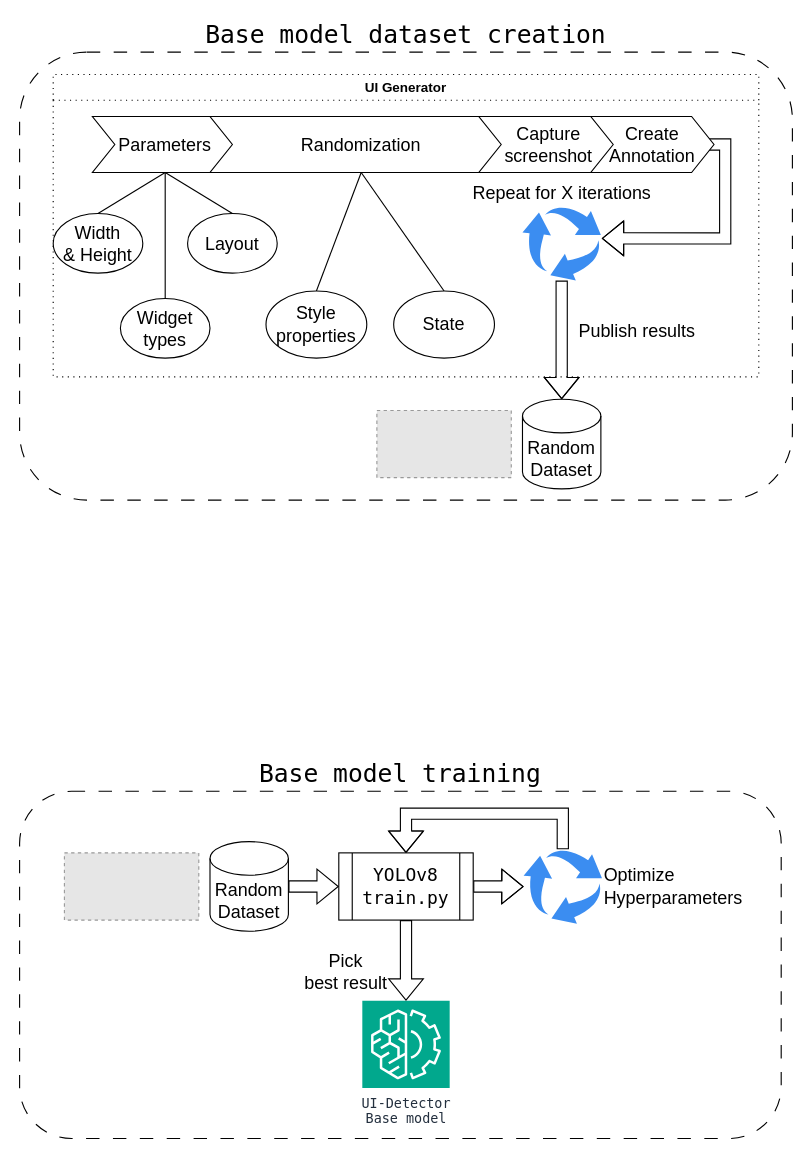
This is page "Base model" (2 of 5) of doc/Framework.drawio from HackXIt/lvgl-ui-detector, a draw.io file, before an edit. Source tidied: cells renumbered, new cells numbered last; positions are measured from the earlier drawing's top-left corner, leaving out a move shared by most shapes. Both pictures are drawn from the tidied source at 112%, with x=0, y=0 at pixel (19, 52). Pictures stored in the file or linked from it are replaced by grey dashed boxes.
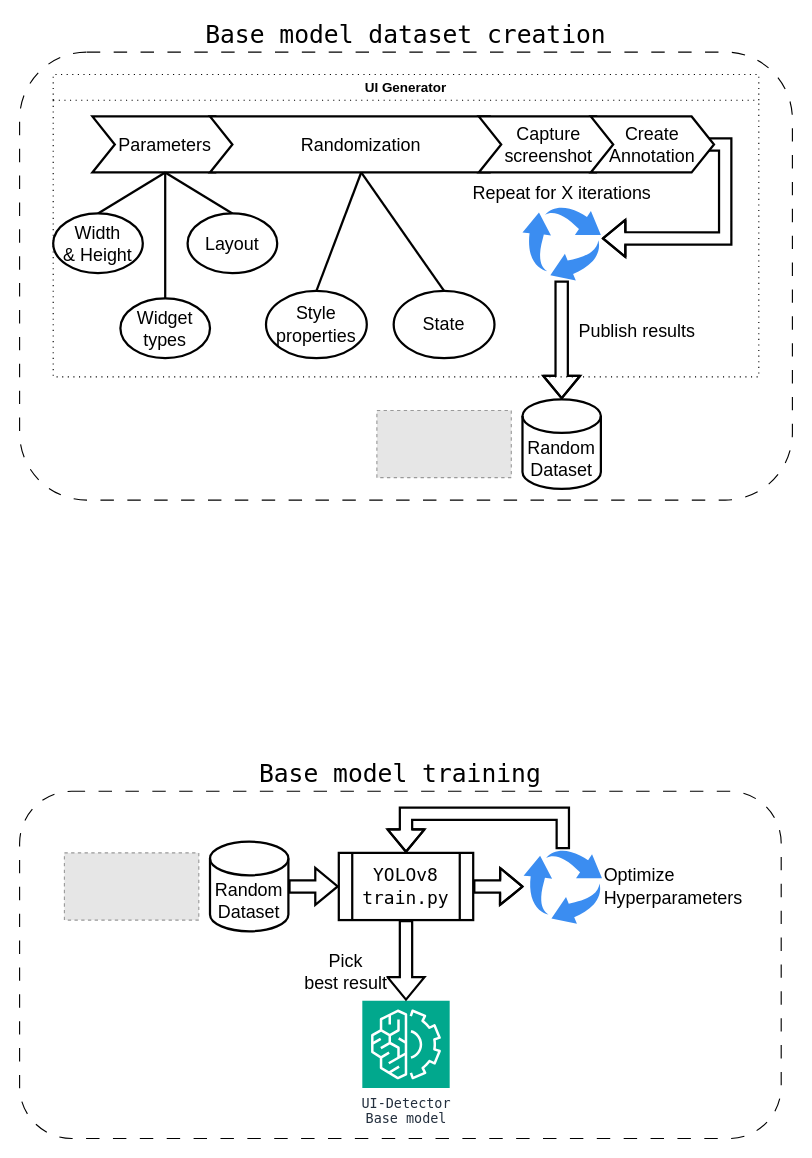
After the change.

Unchanged cells that the change refers to:
```xml
<mxCell id="4" style="group;" parent="1" vertex="1">
  <mxGeometry x="319" y="310" width="200" height="80" as="geometry" />
</mxCell>
<mxCell id="9" style="group;" parent="1" vertex="1">
  <mxGeometry x="40" y="705" width="200" height="80" as="geometry" />
</mxCell>
<mxCell id="12" value="UI-Detector&lt;br&gt;Base model" style="sketch=0;points=[[0,0,0],[0.25,0,0],[0.5,0,0],[0.75,0,0],[1,0,0],[0,1,0],[0.25,1,0],[0.5,1,0],[0.75,1,0],[1,1,0],[0,0.25,0],[0,0.5,0],[0,0.75,0],[1,0.25,0],[1,0.5,0],[1,0.75,0]];outlineConnect=0;fontColor=#232F3E;fillColor=#01A88D;strokeColor=#ffffff;dashed=0;verticalLabelPosition=bottom;verticalAlign=top;align=center;html=1;fontSize=12;fontStyle=0;shape=mxgraph.aws4.resourceIcon;resIcon=mxgraph.aws4.machine_learning;labelPosition=center;fontFamily=Lucida Console;" parent="1" vertex="1">
  <mxGeometry x="306" y="847" width="78" height="78" as="geometry" />
</mxCell>
<mxCell id="17" value="&lt;font style=&quot;font-size: 16px;&quot;&gt;Optimize&lt;br&gt;Hyperparameters&lt;/font&gt;" style="sketch=0;html=1;strokeColor=none;shadow=0;fillColor=#3B8DF1;verticalAlign=middle;labelPosition=right;verticalLabelPosition=middle;shape=mxgraph.gcp2.arrow_cycle;align=left;" parent="1" vertex="1">
  <mxGeometry x="450" y="711.8" width="70" height="66.5" as="geometry" />
</mxCell>
<mxCell id="20" value="UI Generator" style="swimlane;whiteSpace=wrap;html=1;strokeWidth=1;dashed=1;dashPattern=1 4;" parent="1" vertex="1">
  <mxGeometry x="30" y="20" width="630" height="270" as="geometry" />
</mxCell>
<mxCell id="34" value="&lt;font style=&quot;font-size: 16px;&quot;&gt;Repeat for X iterations&lt;/font&gt;" style="sketch=0;html=1;strokeColor=none;shadow=0;fillColor=#3B8DF1;verticalAlign=bottom;labelPosition=center;verticalLabelPosition=top;shape=mxgraph.gcp2.arrow_cycle;align=center;" parent="20" vertex="1">
  <mxGeometry x="419" y="117.5" width="70" height="66.5" as="geometry" />
</mxCell>
```

Diff of the diagram source:
```diff
@@
-    <mxCell id="6" value="Random&lt;br&gt;Dataset" style="shape=cylinder3;whiteSpace=wrap;html=1;boundedLbl=1;backgroundOutline=1;size=15;fontSize=16;" parent="4" vertex="1">
+    <mxCell id="6" value="Random&lt;br&gt;Dataset" style="shape=cylinder3;whiteSpace=wrap;html=1;boundedLbl=1;backgroundOutline=1;size=15;fontSize=16;strokeWidth=2;" parent="4" vertex="1">
       <mxGeometry x="130" width="70" height="80" as="geometry" />
     </mxCell>
-    <mxCell id="7" style="edgeStyle=orthogonalEdgeStyle;rounded=0;jettySize=auto;html=1;exitX=0.5;exitY=0;exitDx=0;exitDy=0;exitPerimeter=0;shape=flexArrow;startArrow=block;startFill=0;endArrow=none;endFill=0;fillColor=default;" parent="1" edge="1" source="6" target="34">
+    <mxCell id="7" style="edgeStyle=orthogonalEdgeStyle;rounded=0;jettySize=auto;html=1;exitX=0.5;exitY=0;exitDx=0;exitDy=0;exitPerimeter=0;shape=flexArrow;startArrow=block;startFill=0;endArrow=none;endFill=0;fillColor=default;strokeWidth=2;" parent="1" edge="1" source="6" target="34">
       <mxGeometry relative="1" as="geometry">
         <Array as="points">
           <mxPoint x="484" y="270" />
           <mxPoint x="484" y="270" />
         </Array>
       </mxGeometry>
     </mxCell>
@@
-    <mxCell id="11" value="Random&lt;br&gt;Dataset" style="shape=cylinder3;whiteSpace=wrap;html=1;boundedLbl=1;backgroundOutline=1;size=15;fontSize=16;" parent="9" vertex="1">
+    <mxCell id="11" value="Random&lt;br&gt;Dataset" style="shape=cylinder3;whiteSpace=wrap;html=1;boundedLbl=1;backgroundOutline=1;size=15;fontSize=16;strokeWidth=2;" parent="9" vertex="1">
       <mxGeometry x="130" width="70" height="80" as="geometry" />
     </mxCell>
@@
-    <mxCell id="13" style="edgeStyle=orthogonalEdgeStyle;rounded=0;jettySize=auto;html=1;exitX=1;exitY=0.5;exitDx=0;exitDy=0;shape=flexArrow;" parent="1" edge="1" source="15" target="17">
+    <mxCell id="13" style="edgeStyle=orthogonalEdgeStyle;rounded=0;jettySize=auto;html=1;exitX=1;exitY=0.5;exitDx=0;exitDy=0;shape=flexArrow;strokeWidth=2;" parent="1" edge="1" source="15" target="17">
       <mxGeometry relative="1" as="geometry" />
     </mxCell>
-    <mxCell id="14" style="edgeStyle=orthogonalEdgeStyle;rounded=0;jettySize=auto;html=1;exitX=0.5;exitY=0;exitDx=0;exitDy=0;startArrow=block;startFill=0;shape=flexArrow;endArrow=none;endFill=0;" parent="1" edge="1" source="15" target="17">
+    <mxCell id="14" style="edgeStyle=orthogonalEdgeStyle;rounded=0;jettySize=auto;html=1;exitX=0.5;exitY=0;exitDx=0;exitDy=0;startArrow=block;startFill=0;shape=flexArrow;endArrow=none;endFill=0;strokeWidth=2;" parent="1" edge="1" source="15" target="17">
       <mxGeometry relative="1" as="geometry">
         <Array as="points">
           <mxPoint x="345" y="680" />
           <mxPoint x="485" y="680" />
         </Array>
       </mxGeometry>
     </mxCell>
-    <mxCell id="15" value="YOLOv8&lt;br&gt;train.py" style="shape=process;whiteSpace=wrap;html=1;backgroundOutline=1;fontFamily=Lucida Console;fontSize=16;" parent="1" vertex="1">
+    <mxCell id="15" value="YOLOv8&lt;br&gt;train.py" style="shape=process;whiteSpace=wrap;html=1;backgroundOutline=1;fontFamily=Lucida Console;fontSize=16;strokeWidth=2;" parent="1" vertex="1">
       <mxGeometry x="285" y="715" width="120" height="60" as="geometry" />
     </mxCell>
-    <mxCell id="16" style="edgeStyle=orthogonalEdgeStyle;rounded=0;jettySize=auto;html=1;exitX=1;exitY=0.5;exitDx=0;exitDy=0;exitPerimeter=0;entryX=0;entryY=0.5;entryDx=0;entryDy=0;shape=flexArrow;" parent="1" edge="1" source="11" target="15">
+    <mxCell id="16" style="edgeStyle=orthogonalEdgeStyle;rounded=0;jettySize=auto;html=1;exitX=1;exitY=0.5;exitDx=0;exitDy=0;exitPerimeter=0;entryX=0;entryY=0.5;entryDx=0;entryDy=0;shape=flexArrow;strokeWidth=2;" parent="1" edge="1" source="11" target="15">
       <mxGeometry relative="1" as="geometry" />
     </mxCell>
@@
-    <mxCell id="18" style="edgeStyle=orthogonalEdgeStyle;rounded=0;jettySize=auto;html=1;exitX=0.5;exitY=1;exitDx=0;exitDy=0;entryX=0.5;entryY=0;entryDx=0;entryDy=0;entryPerimeter=0;shape=flexArrow;" parent="1" edge="1" source="15" target="12">
+    <mxCell id="18" style="edgeStyle=orthogonalEdgeStyle;rounded=0;jettySize=auto;html=1;exitX=0.5;exitY=1;exitDx=0;exitDy=0;entryX=0.5;entryY=0;entryDx=0;entryDy=0;entryPerimeter=0;shape=flexArrow;strokeWidth=2;" parent="1" edge="1" source="15" target="12">
       <mxGeometry relative="1" as="geometry" />
     </mxCell>
@@
-    <mxCell id="21" value="Parameters" style="shape=step;perimeter=stepPerimeter;whiteSpace=wrap;html=1;fixedSize=1;fontSize=16;" parent="20" vertex="1">
+    <mxCell id="21" value="Parameters" style="shape=step;perimeter=stepPerimeter;whiteSpace=wrap;html=1;fixedSize=1;fontSize=16;strokeWidth=2;" parent="20" vertex="1">
       <mxGeometry x="35" y="37.5" width="130" height="50" as="geometry" />
     </mxCell>
-    <mxCell id="22" value="Randomization" style="shape=step;perimeter=stepPerimeter;whiteSpace=wrap;html=1;fixedSize=1;fontSize=16;size=20;" parent="20" vertex="1">
+    <mxCell id="22" value="Randomization" style="shape=step;perimeter=stepPerimeter;whiteSpace=wrap;html=1;fixedSize=1;fontSize=16;size=20;strokeWidth=2;" parent="20" vertex="1">
       <mxGeometry x="140" y="37.5" width="270" height="50" as="geometry" />
     </mxCell>
-    <mxCell id="23" style="rounded=0;jettySize=auto;html=1;exitX=0.5;exitY=0;exitDx=0;exitDy=0;entryX=0.5;entryY=1;entryDx=0;entryDy=0;endArrow=none;endFill=0;" parent="20" edge="1" source="24" target="21">
+    <mxCell id="23" style="rounded=0;jettySize=auto;html=1;exitX=0.5;exitY=0;exitDx=0;exitDy=0;entryX=0.5;entryY=1;entryDx=0;entryDy=0;endArrow=none;endFill=0;strokeWidth=2;" parent="20" edge="1" source="24" target="21">
       <mxGeometry relative="1" as="geometry" />
     </mxCell>
-    <mxCell id="24" value="Width&lt;br style=&quot;font-size: 16px;&quot;&gt;&amp;amp; Height" style="ellipse;whiteSpace=wrap;html=1;fontSize=16;" parent="20" vertex="1">
+    <mxCell id="24" value="Width&lt;br style=&quot;font-size: 16px;&quot;&gt;&amp;amp; Height" style="ellipse;whiteSpace=wrap;html=1;fontSize=16;strokeWidth=2;" parent="20" vertex="1">
       <mxGeometry y="124.1" width="80" height="53.3" as="geometry" />
     </mxCell>
-    <mxCell id="25" style="rounded=0;jettySize=auto;html=1;exitX=0.5;exitY=0;exitDx=0;exitDy=0;entryX=0.5;entryY=1;entryDx=0;entryDy=0;endArrow=none;endFill=0;" parent="20" edge="1" source="26" target="21">
+    <mxCell id="25" style="rounded=0;jettySize=auto;html=1;exitX=0.5;exitY=0;exitDx=0;exitDy=0;entryX=0.5;entryY=1;entryDx=0;entryDy=0;endArrow=none;endFill=0;strokeWidth=2;" parent="20" edge="1" source="26" target="21">
       <mxGeometry relative="1" as="geometry" />
     </mxCell>
-    <mxCell id="26" value="Widget&lt;br&gt;types" style="ellipse;whiteSpace=wrap;html=1;fontSize=16;" parent="20" vertex="1">
+    <mxCell id="26" value="Widget&lt;br&gt;types" style="ellipse;whiteSpace=wrap;html=1;fontSize=16;strokeWidth=2;" parent="20" vertex="1">
       <mxGeometry x="60" y="200" width="80" height="53.3" as="geometry" />
     </mxCell>
-    <mxCell id="27" style="rounded=0;jettySize=auto;html=1;exitX=0.5;exitY=0;exitDx=0;exitDy=0;entryX=0.5;entryY=1;entryDx=0;entryDy=0;endArrow=none;endFill=0;" parent="20" edge="1" source="28" target="21">
+    <mxCell id="27" style="rounded=0;jettySize=auto;html=1;exitX=0.5;exitY=0;exitDx=0;exitDy=0;entryX=0.5;entryY=1;entryDx=0;entryDy=0;endArrow=none;endFill=0;strokeWidth=2;" parent="20" edge="1" source="28" target="21">
       <mxGeometry relative="1" as="geometry" />
     </mxCell>
-    <mxCell id="28" value="Layout" style="ellipse;whiteSpace=wrap;html=1;fontSize=16;" parent="20" vertex="1">
+    <mxCell id="28" value="Layout" style="ellipse;whiteSpace=wrap;html=1;fontSize=16;strokeWidth=2;" parent="20" vertex="1">
       <mxGeometry x="120" y="124.1" width="80" height="53.3" as="geometry" />
     </mxCell>
-    <mxCell id="29" style="rounded=0;jettySize=auto;html=1;exitX=0.5;exitY=0;exitDx=0;exitDy=0;entryX=0.5;entryY=1;entryDx=0;entryDy=0;endArrow=none;endFill=0;" parent="20" edge="1" source="30" target="22">
+    <mxCell id="29" style="rounded=0;jettySize=auto;html=1;exitX=0.5;exitY=0;exitDx=0;exitDy=0;entryX=0.5;entryY=1;entryDx=0;entryDy=0;endArrow=none;endFill=0;strokeWidth=2;" parent="20" edge="1" source="30" target="22">
       <mxGeometry relative="1" as="geometry" />
     </mxCell>
-    <mxCell id="30" value="Style&lt;br&gt;properties" style="ellipse;whiteSpace=wrap;html=1;fontSize=16;" parent="20" vertex="1">
+    <mxCell id="30" value="Style&lt;br&gt;properties" style="ellipse;whiteSpace=wrap;html=1;fontSize=16;strokeWidth=2;" parent="20" vertex="1">
       <mxGeometry x="190" y="193.3" width="90" height="60" as="geometry" />
     </mxCell>
-    <mxCell id="31" style="rounded=0;jettySize=auto;html=1;exitX=0.5;exitY=0;exitDx=0;exitDy=0;entryX=0.5;entryY=1;entryDx=0;entryDy=0;endArrow=none;endFill=0;" parent="20" edge="1" source="32" target="22">
+    <mxCell id="31" style="rounded=0;jettySize=auto;html=1;exitX=0.5;exitY=0;exitDx=0;exitDy=0;entryX=0.5;entryY=1;entryDx=0;entryDy=0;endArrow=none;endFill=0;strokeWidth=2;" parent="20" edge="1" source="32" target="22">
       <mxGeometry relative="1" as="geometry" />
     </mxCell>
-    <mxCell id="32" value="State" style="ellipse;whiteSpace=wrap;html=1;fontSize=16;" parent="20" vertex="1">
+    <mxCell id="32" value="State" style="ellipse;whiteSpace=wrap;html=1;fontSize=16;strokeWidth=2;" parent="20" vertex="1">
       <mxGeometry x="304" y="193.3" width="90" height="60" as="geometry" />
     </mxCell>
-    <mxCell id="33" value="Capture&lt;br&gt;screenshot" style="shape=step;perimeter=stepPerimeter;whiteSpace=wrap;html=1;fixedSize=1;fontSize=16;" parent="20" vertex="1">
+    <mxCell id="33" value="Capture&lt;br&gt;screenshot" style="shape=step;perimeter=stepPerimeter;whiteSpace=wrap;html=1;fixedSize=1;fontSize=16;strokeWidth=2;" parent="20" vertex="1">
       <mxGeometry x="380" y="37.5" width="125" height="50" as="geometry" />
     </mxCell>
@@
-    <mxCell id="35" style="edgeStyle=orthogonalEdgeStyle;rounded=0;jettySize=auto;html=1;exitX=0;exitY=0.5;exitDx=0;exitDy=0;entryX=1.012;entryY=0.434;entryDx=0;entryDy=0;entryPerimeter=0;shape=flexArrow;" parent="20" edge="1" source="36" target="34">
+    <mxCell id="35" style="edgeStyle=orthogonalEdgeStyle;rounded=0;jettySize=auto;html=1;exitX=0;exitY=0.5;exitDx=0;exitDy=0;entryX=1.012;entryY=0.434;entryDx=0;entryDy=0;entryPerimeter=0;shape=flexArrow;strokeWidth=2;" parent="20" edge="1" source="36" target="34">
       <mxGeometry relative="1" as="geometry">
         <Array as="points">
           <mxPoint x="600" y="63" />
           <mxPoint x="600" y="146" />
         </Array>
       </mxGeometry>
     </mxCell>
-    <mxCell id="36" value="Create&lt;br&gt;Annotation" style="shape=step;perimeter=stepPerimeter;whiteSpace=wrap;html=1;fixedSize=1;fontSize=16;" parent="20" vertex="1">
+    <mxCell id="36" value="Create&lt;br&gt;Annotation" style="shape=step;perimeter=stepPerimeter;whiteSpace=wrap;html=1;fixedSize=1;fontSize=16;strokeWidth=2;" parent="20" vertex="1">
       <mxGeometry x="480" y="37.5" width="110" height="50" as="geometry" />
     </mxCell>
```
